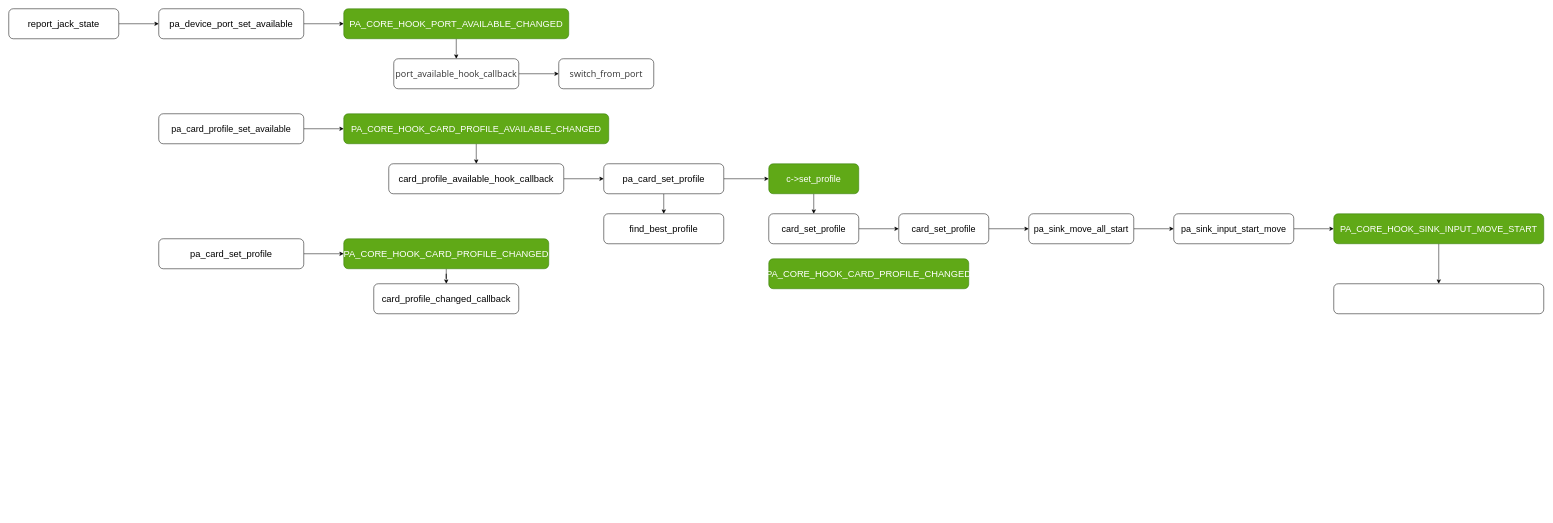
Above: pa-switch-sink.drawio in lishengyu/mk (draw.io), before the change. Source tidied: cells renumbered, new cells numbered last; positions are measured from the earlier drawing's top-left corner, leaving out a move shared by most shapes. Both pictures are drawn from the tidied source at 50%, with x=0, y=0 at pixel (8, 8).
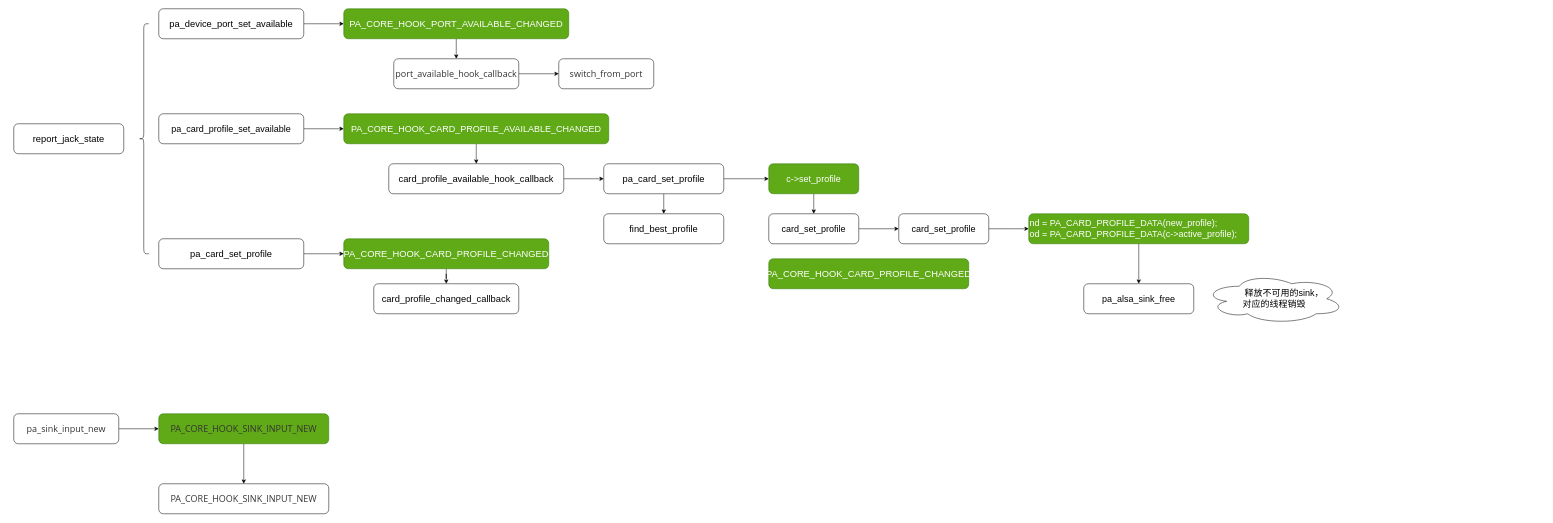
The same diagram, later.

The change refers to these unchanged cells:
```xml
<mxCell id="10" value="&lt;p style=&quot;text-align: start; margin: 0px;&quot;&gt;&lt;font face=&quot;Bitstream Charter&quot;&gt;&lt;span style=&quot;font-size: 18.6667px;&quot;&gt;pa_device_port_set_available&lt;/span&gt;&lt;/font&gt;&lt;br&gt;&lt;/p&gt;" style="rounded=1;whiteSpace=wrap;html=1;" parent="1" vertex="1">
  <mxGeometry x="300" width="290" height="60" as="geometry" />
</mxCell>
<mxCell id="32" value="card_set_profile" style="rounded=1;whiteSpace=wrap;html=1;fontSize=18;" parent="1" vertex="1">
  <mxGeometry x="1780" y="410" width="180" height="60" as="geometry" />
</mxCell>
```

Change to the diagram source:
```diff
@@
-    <mxCell id="7" style="edgeStyle=orthogonalEdgeStyle;rounded=0;jettySize=auto;html=1;" parent="1" edge="1" source="8" target="10">
-      <mxGeometry relative="1" as="geometry" />
-    </mxCell>
     <mxCell id="8" value="&lt;p style=&quot;font-size: medium; text-align: start; margin: 0px;&quot;&gt;&lt;span style=&quot;font-family: &amp;quot;Bitstream Charter&amp;quot;; font-size: 14pt;&quot;&gt;report_jack_state&lt;/span&gt;&lt;/p&gt;" style="rounded=1;whiteSpace=wrap;html=1;" parent="1" vertex="1">
-      <mxGeometry width="220" height="60" as="geometry" />
+      <mxGeometry x="10" y="230" width="220" height="60" as="geometry" />
     </mxCell>
@@
-    <mxCell id="31" style="edgeStyle=orthogonalEdgeStyle;rounded=0;jettySize=auto;html=1;fontSize=18;" parent="1" edge="1" source="32" target="34">
-      <mxGeometry relative="1" as="geometry" />
+    <mxCell id="31" style="edgeStyle=orthogonalEdgeStyle;rounded=0;jettySize=auto;html=1;fontSize=18;" parent="1" edge="1" source="32">
+      <mxGeometry relative="1" as="geometry">
+        <mxPoint x="2040" y="440" as="targetPoint" />
+      </mxGeometry>
     </mxCell>
@@
-    <mxCell id="33" style="edgeStyle=orthogonalEdgeStyle;rounded=0;jettySize=auto;html=1;fontSize=18;" parent="1" edge="1" source="34" target="36">
-      <mxGeometry relative="1" as="geometry" />
-    </mxCell>
-    <mxCell id="34" value="pa_sink_move_all_start" style="rounded=1;whiteSpace=wrap;html=1;fontSize=18;" parent="1" vertex="1">
-      <mxGeometry x="2040" y="410" width="210" height="60" as="geometry" />
-    </mxCell>
-    <mxCell id="35" style="edgeStyle=orthogonalEdgeStyle;rounded=0;jettySize=auto;html=1;fontSize=18;" parent="1" edge="1" source="36" target="38">
-      <mxGeometry relative="1" as="geometry" />
-    </mxCell>
-    <mxCell id="36" value="pa_sink_input_start_move" style="rounded=1;whiteSpace=wrap;html=1;fontSize=18;" parent="1" vertex="1">
-      <mxGeometry x="2330" y="410" width="240" height="60" as="geometry" />
-    </mxCell>
-    <mxCell id="37" style="edgeStyle=orthogonalEdgeStyle;rounded=0;jettySize=auto;html=1;fontSize=18;" parent="1" edge="1" source="38" target="39">
-      <mxGeometry relative="1" as="geometry" />
-    </mxCell>
-    <mxCell id="38" value="PA_CORE_HOOK_SINK_INPUT_MOVE_START" style="rounded=1;whiteSpace=wrap;html=1;fontSize=18;fillColor=#60a917;fontColor=#ffffff;strokeColor=#2D7600;" parent="1" vertex="1">
-      <mxGeometry x="2650" y="410" width="420" height="60" as="geometry" />
-    </mxCell>
-    <mxCell id="39" style="rounded=1;whiteSpace=wrap;html=1;fontSize=18;" parent="1" vertex="1">
-      <mxGeometry x="2650" y="550" width="420" height="60" as="geometry" />
-    </mxCell>
+    <mxCell id="40" style="edgeStyle=orthogonalEdgeStyle;rounded=0;jettySize=auto;html=1;fontSize=18;" parent="1" edge="1" source="41" target="42">
+      <mxGeometry relative="1" as="geometry" />
+    </mxCell>
+    <mxCell id="41" value="&lt;div&gt;nd = PA_CARD_PROFILE_DATA(new_profile);&amp;nbsp; &amp;nbsp; &amp;nbsp;&amp;nbsp;&lt;/div&gt;&lt;div&gt;od = PA_CARD_PROFILE_DATA(c-&amp;gt;active_profile);&lt;/div&gt;" style="rounded=1;whiteSpace=wrap;html=1;fontSize=18;align=left;fillColor=#60a917;fontColor=#ffffff;strokeColor=#2D7600;" parent="1" vertex="1">
+      <mxGeometry x="2040" y="410" width="440" height="60" as="geometry" />
+    </mxCell>
+    <mxCell id="42" value="pa_alsa_sink_free" style="rounded=1;whiteSpace=wrap;html=1;fontSize=18;align=center;" parent="1" vertex="1">
+      <mxGeometry x="2150" y="550" width="220" height="60" as="geometry" />
+    </mxCell>
+    <mxCell id="43" value="&amp;nbsp; &amp;nbsp; &amp;nbsp; &amp;nbsp; 释放不可用的sink，&lt;br&gt;对应的线程销毁" style="ellipse;shape=cloud;whiteSpace=wrap;html=1;fontSize=18;" parent="1" vertex="1">
+      <mxGeometry x="2391" y="530" width="280" height="100" as="geometry" />
+    </mxCell>
+    <mxCell id="44" style="shape=curlyBracket;whiteSpace=wrap;html=1;rounded=1;fontSize=18;" parent="1" vertex="1">
+      <mxGeometry x="260" y="30" width="20" height="460" as="geometry" />
+    </mxCell>
+    <mxCell id="45" style="edgeStyle=orthogonalEdgeStyle;rounded=0;jettySize=auto;html=1;fontSize=18;" parent="1" edge="1" source="46" target="48">
+      <mxGeometry relative="1" as="geometry" />
+    </mxCell>
+    <mxCell id="46" value="&lt;span style=&quot;color: rgb(51, 51, 51); font-family: &amp;quot;Open Sans&amp;quot;, &amp;quot;Clear Sans&amp;quot;, &amp;quot;Helvetica Neue&amp;quot;, Helvetica, Arial, &amp;quot;Segoe UI Emoji&amp;quot;, sans-serif; orphans: 4; text-align: start; background-color: rgb(255, 255, 255);&quot;&gt;&lt;font style=&quot;font-size: 18px;&quot;&gt;pa_sink_input_new&lt;/font&gt;&lt;/span&gt;" style="rounded=1;whiteSpace=wrap;html=1;fontSize=18;" parent="1" vertex="1">
+      <mxGeometry x="10" y="810" width="210" height="60" as="geometry" />
+    </mxCell>
+    <mxCell id="47" style="edgeStyle=orthogonalEdgeStyle;rounded=0;jettySize=auto;html=1;fontSize=18;" parent="1" edge="1" source="48" target="49">
+      <mxGeometry relative="1" as="geometry" />
+    </mxCell>
+    <mxCell id="48" value="&lt;div style=&quot;orphans: 4; text-align: start;&quot;&gt;&lt;span style=&quot;background-color: initial;&quot;&gt;&lt;font face=&quot;Open Sans, Clear Sans, Helvetica Neue, Helvetica, Arial, Segoe UI Emoji, sans-serif&quot; color=&quot;#333333&quot;&gt;PA_CORE_HOOK_SINK_INPUT_NEW&lt;/font&gt;&lt;/span&gt;&lt;/div&gt;" style="rounded=1;whiteSpace=wrap;html=1;fontSize=18;fillColor=#60a917;fontColor=#ffffff;strokeColor=#2D7600;" parent="1" vertex="1">
+      <mxGeometry x="300" y="810" width="340" height="60" as="geometry" />
+    </mxCell>
+    <mxCell id="49" value="&lt;div style=&quot;orphans: 4; text-align: start;&quot;&gt;&lt;span style=&quot;background-color: initial;&quot;&gt;&lt;font face=&quot;Open Sans, Clear Sans, Helvetica Neue, Helvetica, Arial, Segoe UI Emoji, sans-serif&quot; color=&quot;#333333&quot;&gt;PA_CORE_HOOK_SINK_INPUT_NEW&lt;/font&gt;&lt;/span&gt;&lt;/div&gt;" style="rounded=1;whiteSpace=wrap;html=1;fontSize=18;" parent="1" vertex="1">
+      <mxGeometry x="300" y="950" width="340" height="60" as="geometry" />
+    </mxCell>
```
